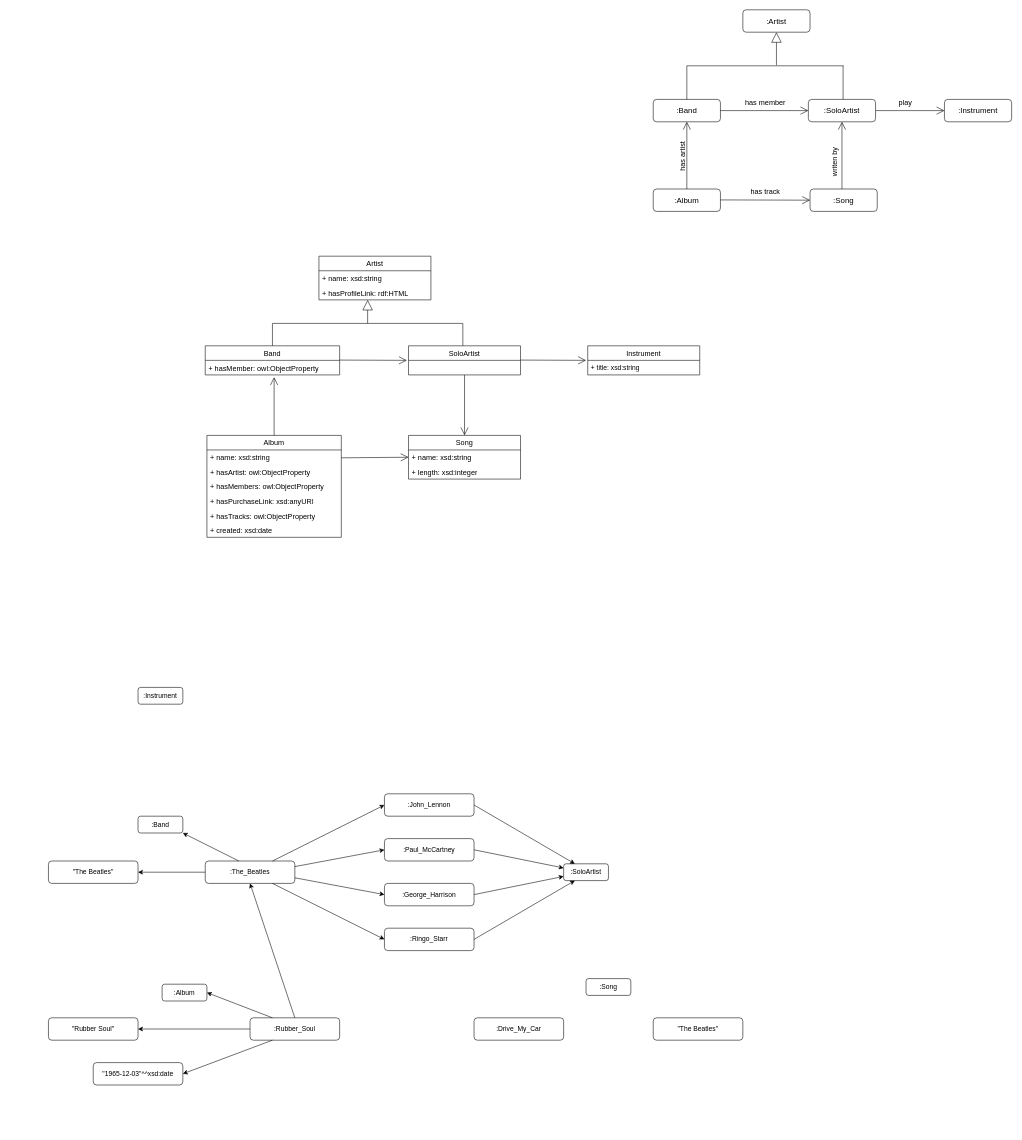
tyk1hc/drawio keeps this draw.io diagram as RDFMusicModel.drawio. Above is the earlier version. Source tidied: cells renumbered, new cells numbered last; positions are measured from the earlier drawing's top-left corner, leaving out a move shared by most shapes. Both pictures are drawn from the tidied source at 56%, with x=0, y=0 at pixel (48, 10).
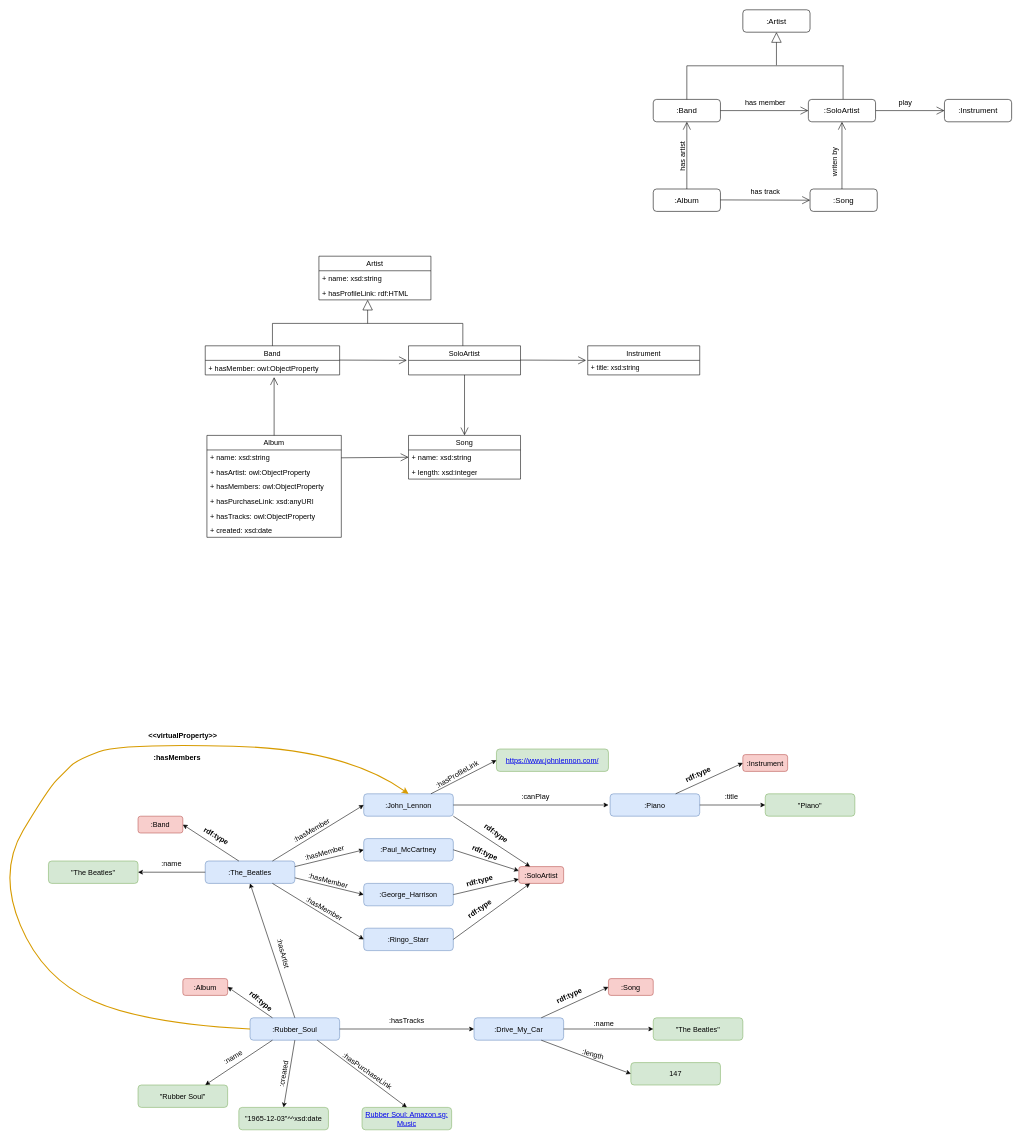
After the change.

The edit, as a diff of the source:
```diff
@@
-    <mxCell id="49" value=":The_Beatles" style="rounded=1;whiteSpace=wrap;html=1;" parent="1" vertex="1">
+    <mxCell id="49" value="&lt;font style=&quot;font-size: 13px;&quot;&gt;:The_Beatles&lt;/font&gt;" style="rounded=1;whiteSpace=wrap;html=1;fillColor=#dae8fc;strokeColor=#6c8ebf;" parent="1" vertex="1">
       <mxGeometry x="280" y="1520" width="160" height="40" as="geometry" />
     </mxCell>
-    <mxCell id="50" value="&quot;The Beatles&quot;" style="rounded=1;whiteSpace=wrap;html=1;" parent="1" vertex="1">
+    <mxCell id="50" value="&lt;font style=&quot;font-size: 13px;&quot;&gt;&quot;The Beatles&quot;&lt;/font&gt;" style="rounded=1;whiteSpace=wrap;html=1;fillColor=#d5e8d4;strokeColor=#82b366;" parent="1" vertex="1">
       <mxGeometry y="1520" width="160" height="40" as="geometry" />
     </mxCell>
@@
-    <mxCell id="52" value=":Band" style="rounded=1;whiteSpace=wrap;html=1;" parent="1" vertex="1">
+    <mxCell id="52" value="&lt;font style=&quot;font-size: 13px;&quot;&gt;:Band&lt;/font&gt;" style="rounded=1;whiteSpace=wrap;html=1;fillColor=#f8cecc;strokeColor=#b85450;" parent="1" vertex="1">
       <mxGeometry x="160" y="1440" width="80" height="30" as="geometry" />
     </mxCell>
-    <mxCell id="53" value=":Album" style="rounded=1;whiteSpace=wrap;html=1;" parent="1" vertex="1">
-      <mxGeometry x="203" y="1740" width="80" height="30" as="geometry" />
+    <mxCell id="53" value="&lt;font style=&quot;font-size: 13px;&quot;&gt;:Album&lt;/font&gt;" style="rounded=1;whiteSpace=wrap;html=1;fillColor=#f8cecc;strokeColor=#b85450;" parent="1" vertex="1">
+      <mxGeometry x="240" y="1730" width="80" height="30" as="geometry" />
     </mxCell>
-    <mxCell id="54" value=":Song" style="rounded=1;whiteSpace=wrap;html=1;" parent="1" vertex="1">
-      <mxGeometry x="960" y="1730" width="80" height="30" as="geometry" />
+    <mxCell id="54" value=":Song" style="rounded=1;whiteSpace=wrap;html=1;fontSize=13;fillColor=#f8cecc;strokeColor=#b85450;" parent="1" vertex="1">
+      <mxGeometry x="1000" y="1730" width="80" height="30" as="geometry" />
     </mxCell>
-    <mxCell id="55" value=":Instrument" style="rounded=1;whiteSpace=wrap;html=1;" parent="1" vertex="1">
-      <mxGeometry x="160" y="1210" width="80" height="30" as="geometry" />
+    <mxCell id="55" value="&lt;font style=&quot;font-size: 13px;&quot;&gt;:Instrument&lt;/font&gt;" style="rounded=1;whiteSpace=wrap;html=1;fillColor=#f8cecc;strokeColor=#b85450;" parent="1" vertex="1">
+      <mxGeometry x="1240" y="1330" width="80" height="30" as="geometry" />
     </mxCell>
-    <mxCell id="56" value=":SoloArtist" style="rounded=1;whiteSpace=wrap;html=1;" parent="1" vertex="1">
-      <mxGeometry x="920" y="1525" width="80" height="30" as="geometry" />
+    <mxCell id="56" value="&lt;font style=&quot;font-size: 13px;&quot;&gt;:SoloArtist&lt;/font&gt;" style="rounded=1;whiteSpace=wrap;html=1;fillColor=#f8cecc;strokeColor=#b85450;" parent="1" vertex="1">
+      <mxGeometry x="840" y="1530" width="80" height="30" as="geometry" />
     </mxCell>
-    <mxCell id="57" style="endArrow=classic;html=1;rounded=0;entryX=1;entryY=1;entryDx=0;entryDy=0;" parent="1" edge="1" target="52">
+    <mxCell id="57" style="endArrow=classic;html=1;rounded=0;entryX=1;entryY=0.5;entryDx=0;entryDy=0;" parent="1" edge="1" target="52">
       <mxGeometry relative="1" as="geometry">
         <mxPoint x="340" y="1520" as="sourcePoint" />
       </mxGeometry>
     </mxCell>
-    <mxCell id="58" value=":Rubber_Soul" style="rounded=1;whiteSpace=wrap;html=1;" parent="1" vertex="1">
+    <mxCell id="58" value="&lt;font style=&quot;font-size: 13px;&quot;&gt;:Rubber_Soul&lt;/font&gt;" style="rounded=1;whiteSpace=wrap;html=1;fillColor=#dae8fc;strokeColor=#6c8ebf;" parent="1" vertex="1">
       <mxGeometry x="360" y="1800" width="160" height="40" as="geometry" />
     </mxCell>
@@
-    <mxCell id="60" value="&quot;Rubber Soul&quot;" style="rounded=1;whiteSpace=wrap;html=1;" parent="1" vertex="1">
-      <mxGeometry y="1800" width="160" height="40" as="geometry" />
+    <mxCell id="60" value="&lt;font style=&quot;font-size: 13px;&quot;&gt;&quot;Rubber Soul&quot;&lt;/font&gt;" style="rounded=1;whiteSpace=wrap;html=1;fillColor=#d5e8d4;strokeColor=#82b366;" parent="1" vertex="1">
+      <mxGeometry x="160" y="1920" width="160" height="40" as="geometry" />
     </mxCell>
-    <mxCell id="61" value="&quot;1965-12-03&quot;^^xsd:date" style="rounded=1;whiteSpace=wrap;html=1;" parent="1" vertex="1">
-      <mxGeometry x="80" y="1880" width="160" height="40" as="geometry" />
+    <mxCell id="61" value="&lt;font style=&quot;font-size: 13px;&quot;&gt;&quot;1965-12-03&quot;^^xsd:date&lt;/font&gt;" style="rounded=1;whiteSpace=wrap;html=1;fillColor=#d5e8d4;strokeColor=#82b366;" parent="1" vertex="1">
+      <mxGeometry x="340" y="1960" width="160" height="40" as="geometry" />
     </mxCell>
-    <mxCell id="62" value=":John_Lennon" style="rounded=1;whiteSpace=wrap;html=1;" parent="1" vertex="1">
-      <mxGeometry x="600" y="1400" width="160" height="40" as="geometry" />
+    <mxCell id="62" value="&lt;font style=&quot;font-size: 13px;&quot;&gt;:John_Lennon&lt;/font&gt;" style="rounded=1;whiteSpace=wrap;html=1;fillColor=#dae8fc;strokeColor=#6c8ebf;" parent="1" vertex="1">
+      <mxGeometry x="563" y="1400" width="160" height="40" as="geometry" />
     </mxCell>
-    <mxCell id="63" value=":Paul_McCartney" style="rounded=1;whiteSpace=wrap;html=1;" parent="1" vertex="1">
-      <mxGeometry x="600" y="1480" width="160" height="40" as="geometry" />
+    <mxCell id="63" value="&lt;font style=&quot;font-size: 13px;&quot;&gt;:Paul_McCartney&lt;/font&gt;" style="rounded=1;whiteSpace=wrap;html=1;fillColor=#dae8fc;strokeColor=#6c8ebf;" parent="1" vertex="1">
+      <mxGeometry x="563" y="1480" width="160" height="40" as="geometry" />
     </mxCell>
-    <mxCell id="64" value=":George_Harrison" style="rounded=1;whiteSpace=wrap;html=1;" parent="1" vertex="1">
-      <mxGeometry x="600" y="1560" width="160" height="40" as="geometry" />
+    <mxCell id="64" value="&lt;font style=&quot;font-size: 13px;&quot;&gt;:George_Harrison&lt;/font&gt;" style="rounded=1;whiteSpace=wrap;html=1;fillColor=#dae8fc;strokeColor=#6c8ebf;" parent="1" vertex="1">
+      <mxGeometry x="563" y="1560" width="160" height="40" as="geometry" />
     </mxCell>
-    <mxCell id="65" value=":Ringo_Starr" style="rounded=1;whiteSpace=wrap;html=1;" parent="1" vertex="1">
-      <mxGeometry x="600" y="1640" width="160" height="40" as="geometry" />
+    <mxCell id="65" value="&lt;font style=&quot;font-size: 13px;&quot;&gt;:Ringo_Starr&lt;/font&gt;" style="rounded=1;whiteSpace=wrap;html=1;fillColor=#dae8fc;strokeColor=#6c8ebf;" parent="1" vertex="1">
+      <mxGeometry x="563" y="1640" width="160" height="40" as="geometry" />
     </mxCell>
@@
-    <mxCell id="70" style="endArrow=classic;html=1;rounded=0;entryX=0.25;entryY=0;entryDx=0;entryDy=0;" parent="1" edge="1" target="56">
-      <mxGeometry relative="1" as="geometry">
-        <mxPoint x="760" y="1420" as="sourcePoint" />
-      </mxGeometry>
+    <mxCell id="70" style="endArrow=classic;html=1;rounded=0;entryX=0.25;entryY=0;entryDx=0;entryDy=0;exitX=1;exitY=1;exitDx=0;exitDy=0;" parent="1" edge="1" source="62" target="56">
+      <mxGeometry relative="1" as="geometry" />
     </mxCell>
     <mxCell id="71" style="endArrow=classic;html=1;rounded=0;entryX=0;entryY=0.25;entryDx=0;entryDy=0;" parent="1" edge="1" target="56">
       <mxGeometry relative="1" as="geometry">
-        <mxPoint x="760" y="1500" as="sourcePoint" />
+        <mxPoint x="723" y="1500" as="sourcePoint" />
       </mxGeometry>
     </mxCell>
     <mxCell id="72" style="endArrow=classic;html=1;rounded=0;entryX=0;entryY=0.75;entryDx=0;entryDy=0;" parent="1" edge="1" target="56">
       <mxGeometry relative="1" as="geometry">
-        <mxPoint x="760" y="1580" as="sourcePoint" />
+        <mxPoint x="723" y="1580" as="sourcePoint" />
       </mxGeometry>
     </mxCell>
     <mxCell id="73" style="endArrow=classic;html=1;rounded=0;entryX=0.25;entryY=1;entryDx=0;entryDy=0;" parent="1" edge="1" target="56">
       <mxGeometry relative="1" as="geometry">
-        <mxPoint x="760" y="1660" as="sourcePoint" />
+        <mxPoint x="723" y="1660" as="sourcePoint" />
       </mxGeometry>
     </mxCell>
@@
-    <mxCell id="75" style="endArrow=classic;html=1;rounded=0;entryX=1;entryY=0.5;entryDx=0;entryDy=0;" parent="1" edge="1" target="60">
-      <mxGeometry relative="1" as="geometry">
-        <mxPoint x="360" y="1820" as="sourcePoint" />
-      </mxGeometry>
+    <mxCell id="75" style="endArrow=classic;html=1;rounded=0;entryX=0.75;entryY=0;entryDx=0;entryDy=0;exitX=0.25;exitY=1;exitDx=0;exitDy=0;" parent="1" edge="1" source="58" target="60">
+      <mxGeometry relative="1" as="geometry" />
     </mxCell>
-    <mxCell id="76" style="endArrow=classic;html=1;rounded=0;exitX=0.25;exitY=1;exitDx=0;exitDy=0;entryX=1;entryY=0.5;entryDx=0;entryDy=0;" parent="1" edge="1" source="58" target="61">
+    <mxCell id="76" style="endArrow=classic;html=1;rounded=0;exitX=0.5;exitY=1;exitDx=0;exitDy=0;entryX=0.5;entryY=0;entryDx=0;entryDy=0;" parent="1" edge="1" source="58" target="61">
       <mxGeometry relative="1" as="geometry" />
     </mxCell>
-    <mxCell id="77" value=":Drive_My_Car" style="rounded=1;whiteSpace=wrap;html=1;" parent="1" vertex="1">
+    <mxCell id="77" value=":Drive_My_Car" style="rounded=1;whiteSpace=wrap;html=1;fontSize=13;fillColor=#dae8fc;strokeColor=#6c8ebf;" parent="1" vertex="1">
       <mxGeometry x="760" y="1800" width="160" height="40" as="geometry" />
     </mxCell>
-    <mxCell id="78" value="&quot;The Beatles&quot;" style="rounded=1;whiteSpace=wrap;html=1;" parent="1" vertex="1">
+    <mxCell id="78" value="&quot;The Beatles&quot;" style="rounded=1;whiteSpace=wrap;html=1;fontSize=13;fillColor=#d5e8d4;strokeColor=#82b366;" parent="1" vertex="1">
       <mxGeometry x="1080" y="1800" width="160" height="40" as="geometry" />
     </mxCell>
+    <mxCell id="79" value="&lt;font style=&quot;font-size: 13px;&quot;&gt;147&lt;/font&gt;" style="rounded=1;whiteSpace=wrap;html=1;fillColor=#d5e8d4;strokeColor=#82b366;" parent="1" vertex="1">
+      <mxGeometry x="1040" y="1880" width="160" height="40" as="geometry" />
+    </mxCell>
+    <mxCell id="80" style="endArrow=classic;html=1;rounded=0;entryX=0;entryY=0.5;entryDx=0;entryDy=0;exitX=0.75;exitY=0;exitDx=0;exitDy=0;" parent="1" edge="1" source="77" target="54">
+      <mxGeometry relative="1" as="geometry" />
+    </mxCell>
+    <mxCell id="81" style="endArrow=classic;html=1;rounded=0;" parent="1" edge="1" target="78">
+      <mxGeometry relative="1" as="geometry">
+        <mxPoint x="920" y="1820" as="sourcePoint" />
+      </mxGeometry>
+    </mxCell>
+    <mxCell id="82" style="endArrow=classic;html=1;rounded=0;entryX=0;entryY=0.5;entryDx=0;entryDy=0;" parent="1" edge="1" target="79">
+      <mxGeometry relative="1" as="geometry">
+        <mxPoint x="880" y="1840" as="sourcePoint" />
+      </mxGeometry>
+    </mxCell>
+    <mxCell id="83" style="endArrow=classic;html=1;rounded=0;entryX=0;entryY=0.5;entryDx=0;entryDy=0;" parent="1" edge="1" target="77">
+      <mxGeometry relative="1" as="geometry">
+        <mxPoint x="520" y="1820" as="sourcePoint" />
+      </mxGeometry>
+    </mxCell>
+    <mxCell id="84" value="&lt;font style=&quot;font-size: 13px;&quot;&gt;:Piano&lt;/font&gt;" style="rounded=1;whiteSpace=wrap;html=1;fillColor=#dae8fc;strokeColor=#6c8ebf;" parent="1" vertex="1">
+      <mxGeometry x="1003" y="1400" width="160" height="40" as="geometry" />
+    </mxCell>
+    <mxCell id="85" value="&lt;font style=&quot;font-size: 13px;&quot;&gt;&quot;Piano&quot;&lt;/font&gt;" style="rounded=1;whiteSpace=wrap;html=1;fillColor=#d5e8d4;strokeColor=#82b366;" parent="1" vertex="1">
+      <mxGeometry x="1280" y="1400" width="160" height="40" as="geometry" />
+    </mxCell>
+    <mxCell id="86" style="endArrow=classic;html=1;rounded=0;exitX=1;exitY=0.5;exitDx=0;exitDy=0;" parent="1" edge="1" source="62">
+      <mxGeometry relative="1" as="geometry">
+        <mxPoint x="1000" y="1420" as="targetPoint" />
+      </mxGeometry>
+    </mxCell>
+    <mxCell id="87" style="endArrow=classic;html=1;rounded=0;entryX=0;entryY=0.5;entryDx=0;entryDy=0;" parent="1" edge="1" target="55">
+      <mxGeometry relative="1" as="geometry">
+        <mxPoint x="1120" y="1400" as="sourcePoint" />
+      </mxGeometry>
+    </mxCell>
+    <mxCell id="88" style="endArrow=classic;html=1;rounded=0;entryX=0;entryY=0.5;entryDx=0;entryDy=0;" parent="1" edge="1" target="85">
+      <mxGeometry relative="1" as="geometry">
+        <mxPoint x="1163" y="1420" as="sourcePoint" />
+      </mxGeometry>
+    </mxCell>
+    <mxCell id="89" value="&lt;b&gt;rdf:type&lt;/b&gt;" style="text;html=1;align=center;verticalAlign=middle;whiteSpace=wrap;rounded=0;fontSize=13;rotation=-25;" parent="1" vertex="1">
+      <mxGeometry x="1130" y="1350" width="60" height="30" as="geometry" />
+    </mxCell>
+    <mxCell id="90" value="&lt;b&gt;rdf:type&lt;/b&gt;" style="text;html=1;align=center;verticalAlign=middle;whiteSpace=wrap;rounded=0;fontSize=13;rotation=30;" parent="1" vertex="1">
+      <mxGeometry x="270" y="1460" width="60" height="30" as="geometry" />
+    </mxCell>
+    <mxCell id="91" value="&lt;b&gt;rdf:type&lt;/b&gt;" style="text;html=1;align=center;verticalAlign=middle;whiteSpace=wrap;rounded=0;fontSize=13;rotation=-25;" parent="1" vertex="1">
+      <mxGeometry x="900" y="1745" width="60" height="30" as="geometry" />
+    </mxCell>
+    <mxCell id="92" value="&lt;b&gt;rdf:type&lt;/b&gt;" style="text;html=1;align=center;verticalAlign=middle;whiteSpace=wrap;rounded=0;fontSize=13;rotation=35;" parent="1" vertex="1">
+      <mxGeometry x="770" y="1455" width="60" height="30" as="geometry" />
+    </mxCell>
+    <mxCell id="93" value="&lt;b&gt;rdf:type&lt;/b&gt;" style="text;html=1;align=center;verticalAlign=middle;whiteSpace=wrap;rounded=0;fontSize=13;rotation=25;" parent="1" vertex="1">
+      <mxGeometry x="750" y="1490" width="60" height="30" as="geometry" />
+    </mxCell>
+    <mxCell id="94" value="&lt;b&gt;rdf:type&lt;/b&gt;" style="text;html=1;align=center;verticalAlign=middle;whiteSpace=wrap;rounded=0;fontSize=13;rotation=-15;" parent="1" vertex="1">
+      <mxGeometry x="740" y="1540" width="60" height="30" as="geometry" />
+    </mxCell>
+    <mxCell id="95" value="&lt;b&gt;rdf:type&lt;/b&gt;" style="text;html=1;align=center;verticalAlign=middle;whiteSpace=wrap;rounded=0;fontSize=13;rotation=-35;" parent="1" vertex="1">
+      <mxGeometry x="740" y="1590" width="60" height="30" as="geometry" />
+    </mxCell>
+    <mxCell id="96" value="&lt;font&gt;:name&lt;/font&gt;" style="text;html=1;align=center;verticalAlign=middle;whiteSpace=wrap;rounded=0;fontSize=13;" parent="1" vertex="1">
+      <mxGeometry x="190" y="1510" width="60" height="30" as="geometry" />
+    </mxCell>
+    <mxCell id="97" value="&lt;font style=&quot;font-size: 13px;&quot;&gt;:name&lt;/font&gt;" style="text;html=1;align=center;verticalAlign=middle;whiteSpace=wrap;rounded=0;rotation=-30;" parent="1" vertex="1">
+      <mxGeometry x="300" y="1855" width="60" height="30" as="geometry" />
+    </mxCell>
+    <mxCell id="98" value="&lt;font style=&quot;font-size: 13px;&quot;&gt;:created&lt;/font&gt;" style="text;html=1;align=center;verticalAlign=middle;whiteSpace=wrap;rounded=0;rotation=-80;" parent="1" vertex="1">
+      <mxGeometry x="390" y="1885" width="60" height="30" as="geometry" />
+    </mxCell>
+    <mxCell id="99" value="&lt;span class=&quot;relative -mx-px my-[-0.2rem] rounded px-px py-[0.2rem] transition-colors duration-100 ease-in-out&quot;&gt;&lt;a target=&quot;_new&quot; rel=&quot;noopener noreferrer&quot; href=&quot;https://www.johnlennon.com/&quot;&gt;&lt;font style=&quot;font-size: 13px;&quot;&gt;https://www.johnlennon.com/&lt;/font&gt;&lt;/a&gt;&lt;/span&gt;" style="rounded=1;whiteSpace=wrap;html=1;fillColor=#d5e8d4;strokeColor=#82b366;" parent="1" vertex="1">
+      <mxGeometry x="800" y="1320" width="200" height="40" as="geometry" />
+    </mxCell>
+    <mxCell id="100" style="endArrow=classic;html=1;rounded=0;entryX=0;entryY=0.5;entryDx=0;entryDy=0;" parent="1" edge="1" target="99">
+      <mxGeometry relative="1" as="geometry">
+        <mxPoint x="683" y="1400" as="sourcePoint" />
+      </mxGeometry>
+    </mxCell>
+    <mxCell id="101" value=":canPlay" style="text;html=1;align=center;verticalAlign=middle;whiteSpace=wrap;rounded=0;fontSize=13;rotation=0;" parent="1" vertex="1">
+      <mxGeometry x="840" y="1390" width="60" height="30" as="geometry" />
+    </mxCell>
+    <mxCell id="102" value=":hasProfileLink" style="text;html=1;align=center;verticalAlign=middle;whiteSpace=wrap;rounded=0;fontSize=13;rotation=-30;" parent="1" vertex="1">
+      <mxGeometry x="700" y="1350" width="60" height="30" as="geometry" />
+    </mxCell>
+    <mxCell id="103" value="&lt;font&gt;:title&lt;/font&gt;" style="text;html=1;align=center;verticalAlign=middle;whiteSpace=wrap;rounded=0;fontSize=13;" parent="1" vertex="1">
+      <mxGeometry x="1190" y="1390" width="60" height="30" as="geometry" />
+    </mxCell>
+    <mxCell id="104" value="&lt;font style=&quot;font-size: 13px;&quot;&gt;:name&lt;/font&gt;" style="text;html=1;align=center;verticalAlign=middle;whiteSpace=wrap;rounded=0;" parent="1" vertex="1">
+      <mxGeometry x="962" y="1796" width="60" height="30" as="geometry" />
+    </mxCell>
+    <mxCell id="105" value="&lt;font style=&quot;font-size: 13px;&quot;&gt;:length&lt;/font&gt;" style="text;html=1;align=center;verticalAlign=middle;whiteSpace=wrap;rounded=0;rotation=15;" parent="1" vertex="1">
+      <mxGeometry x="943" y="1850" width="60" height="30" as="geometry" />
+    </mxCell>
+    <mxCell id="106" value="&lt;font style=&quot;font-size: 13px;&quot;&gt;:hasArtist&lt;/font&gt;" style="text;html=1;align=center;verticalAlign=middle;whiteSpace=wrap;rounded=0;rotation=75;" parent="1" vertex="1">
+      <mxGeometry x="390" y="1670" width="60" height="30" as="geometry" />
+    </mxCell>
+    <mxCell id="107" value="&lt;font&gt;:hasMember&lt;/font&gt;" style="text;html=1;align=center;verticalAlign=middle;whiteSpace=wrap;rounded=0;rotation=-30;fontSize=13;" parent="1" vertex="1">
+      <mxGeometry x="440" y="1450" width="60" height="30" as="geometry" />
+    </mxCell>
+    <mxCell id="108" value="&lt;font&gt;:hasMember&lt;/font&gt;" style="text;html=1;align=center;verticalAlign=middle;whiteSpace=wrap;rounded=0;rotation=-15;fontSize=13;" parent="1" vertex="1">
+      <mxGeometry x="463" y="1490" width="60" height="30" as="geometry" />
+    </mxCell>
+    <mxCell id="109" value="&lt;font&gt;:hasMember&lt;/font&gt;" style="text;html=1;align=center;verticalAlign=middle;whiteSpace=wrap;rounded=0;rotation=15;fontSize=13;" parent="1" vertex="1">
+      <mxGeometry x="470" y="1540" width="60" height="30" as="geometry" />
+    </mxCell>
+    <mxCell id="110" value="&lt;font&gt;:hasMember&lt;/font&gt;" style="text;html=1;align=center;verticalAlign=middle;whiteSpace=wrap;rounded=0;rotation=30;fontSize=13;" parent="1" vertex="1">
+      <mxGeometry x="463" y="1590" width="60" height="30" as="geometry" />
+    </mxCell>
+    <mxCell id="111" value="&lt;font style=&quot;font-size: 13px;&quot;&gt;:hasTracks&lt;/font&gt;" style="text;html=1;align=center;verticalAlign=middle;whiteSpace=wrap;rounded=0;" parent="1" vertex="1">
+      <mxGeometry x="610" y="1790" width="60" height="30" as="geometry" />
+    </mxCell>
+    <mxCell id="112" value="&lt;a href=&quot;https://www.amazon.sg/dp/B0041KVZ0Y&quot;&gt;&lt;font style=&quot;font-size: 13px;&quot;&gt;Rubber Soul: Amazon.sg: Music&lt;/font&gt;&lt;/a&gt;" style="rounded=1;whiteSpace=wrap;html=1;fillColor=#d5e8d4;strokeColor=#82b366;" parent="1" vertex="1">
+      <mxGeometry x="560" y="1960" width="160" height="40" as="geometry" />
+    </mxCell>
+    <mxCell id="113" style="endArrow=classic;html=1;rounded=0;exitX=0.75;exitY=1;exitDx=0;exitDy=0;entryX=0.5;entryY=0;entryDx=0;entryDy=0;" parent="1" edge="1" source="58" target="112">
+      <mxGeometry relative="1" as="geometry" />
+    </mxCell>
+    <mxCell id="114" value="&lt;font style=&quot;font-size: 13px;&quot;&gt;&lt;b&gt;rdf:type&lt;/b&gt;&lt;/font&gt;" style="text;html=1;align=center;verticalAlign=middle;whiteSpace=wrap;rounded=0;rotation=40;" parent="1" vertex="1">
+      <mxGeometry x="350" y="1755" width="60" height="30" as="geometry" />
+    </mxCell>
+    <mxCell id="115" style="curved=1;endArrow=classic;html=1;rounded=0;exitX=0;exitY=0.5;exitDx=0;exitDy=0;entryX=0.5;entryY=0;entryDx=0;entryDy=0;strokeWidth=2;fillColor=#ffe6cc;strokeColor=#d79b00;" parent="1" edge="1" source="58" target="62">
+      <mxGeometry relative="1" as="geometry">
+        <Array as="points">
+          <mxPoint x="170" y="1810" />
+          <mxPoint x="-10" y="1730" />
+          <mxPoint x="-90" y="1540" />
+          <mxPoint y="1390" />
+          <mxPoint x="30" y="1360" />
+          <mxPoint x="50" y="1340" />
+          <mxPoint x="130" y="1310" />
+          <mxPoint x="530" y="1320" />
+        </Array>
+      </mxGeometry>
+    </mxCell>
+    <mxCell id="116" value="&lt;font style=&quot;font-size: 13px;&quot;&gt;&lt;b&gt;&amp;lt;&amp;lt;virtualProperty&amp;gt;&amp;gt;&lt;/b&gt;&lt;/font&gt;" style="text;html=1;align=center;verticalAlign=middle;whiteSpace=wrap;rounded=0;" parent="1" vertex="1">
+      <mxGeometry x="210" y="1280" width="60" height="30" as="geometry" />
+    </mxCell>
+    <mxCell id="117" value="&lt;b&gt;:hasMembers&lt;/b&gt;" style="text;html=1;align=center;verticalAlign=middle;whiteSpace=wrap;rounded=0;fontSize=13;" parent="1" vertex="1">
+      <mxGeometry x="200" y="1320" width="60" height="30" as="geometry" />
+    </mxCell>
+    <mxCell id="118" value="&lt;font style=&quot;font-size: 13px;&quot;&gt;:hasPurchaseLink&lt;/font&gt;" style="text;html=1;align=center;verticalAlign=middle;whiteSpace=wrap;rounded=0;rotation=35;" parent="1" vertex="1">
+      <mxGeometry x="540" y="1880" width="60" height="30" as="geometry" />
+    </mxCell>
```
